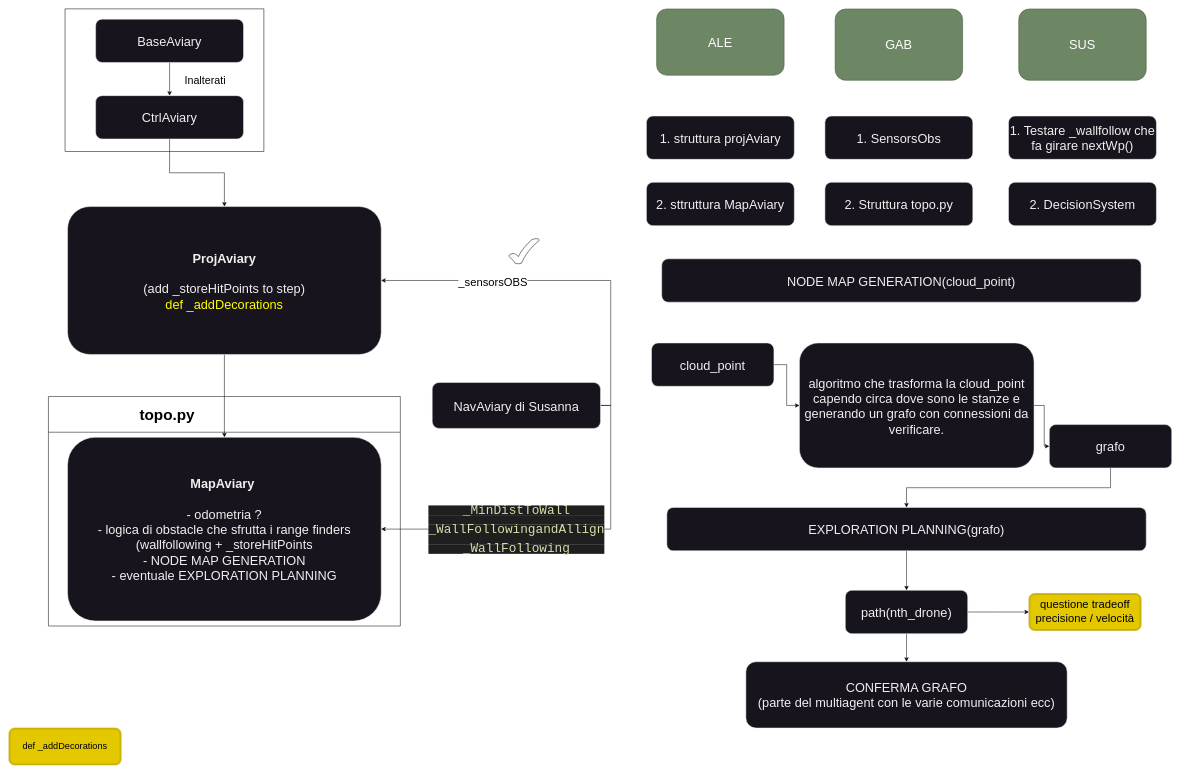
Earlier version of the draw.io diagram page "TASK" (1 of 7) of flow.drawio (alevic27/Topological-Mapping-With-Minimal-Swarms). Source tidied: cells renumbered, new cells numbered last; positions are measured from the earlier drawing's top-left corner, leaving out a move shared by most shapes. Both pictures are drawn from the tidied source at 51%, with x=0, y=0 at pixel (9, 9).
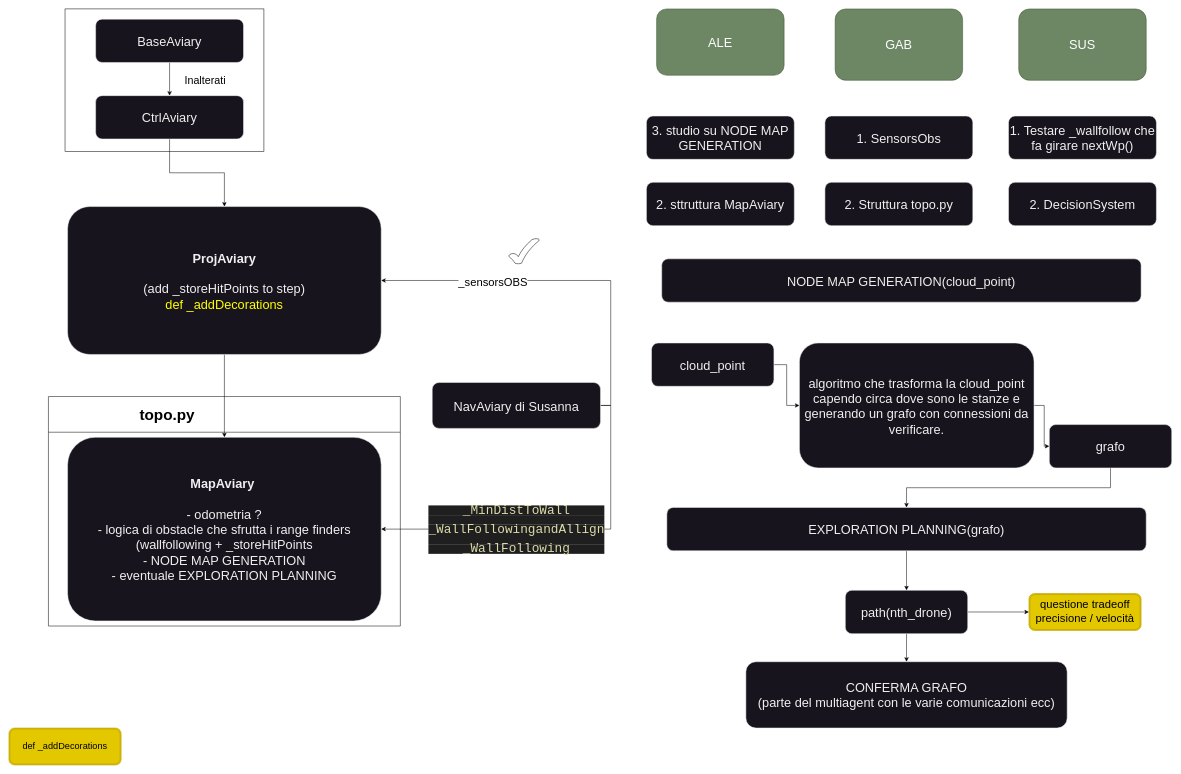
After the change.

Change to the diagram source:
```diff
@@
-    <mxCell id="13" value="1. struttura projAviary" style="rounded=1;whiteSpace=wrap;html=1;strokeColor=rgb(240, 240, 240);fontFamily=Helvetica;fontSize=25;fontColor=rgb(240, 240, 240);fillColor=rgb(24, 20, 29);" parent="1" vertex="1">
+    <mxCell id="13" value="3. studio su NODE MAP GENERATION" style="rounded=1;whiteSpace=wrap;html=1;strokeColor=rgb(240, 240, 240);fontFamily=Helvetica;fontSize=25;fontColor=rgb(240, 240, 240);fillColor=rgb(24, 20, 29);" parent="1" vertex="1">
       <mxGeometry x="1250" y="210" width="290" height="85" as="geometry" />
     </mxCell>
```
